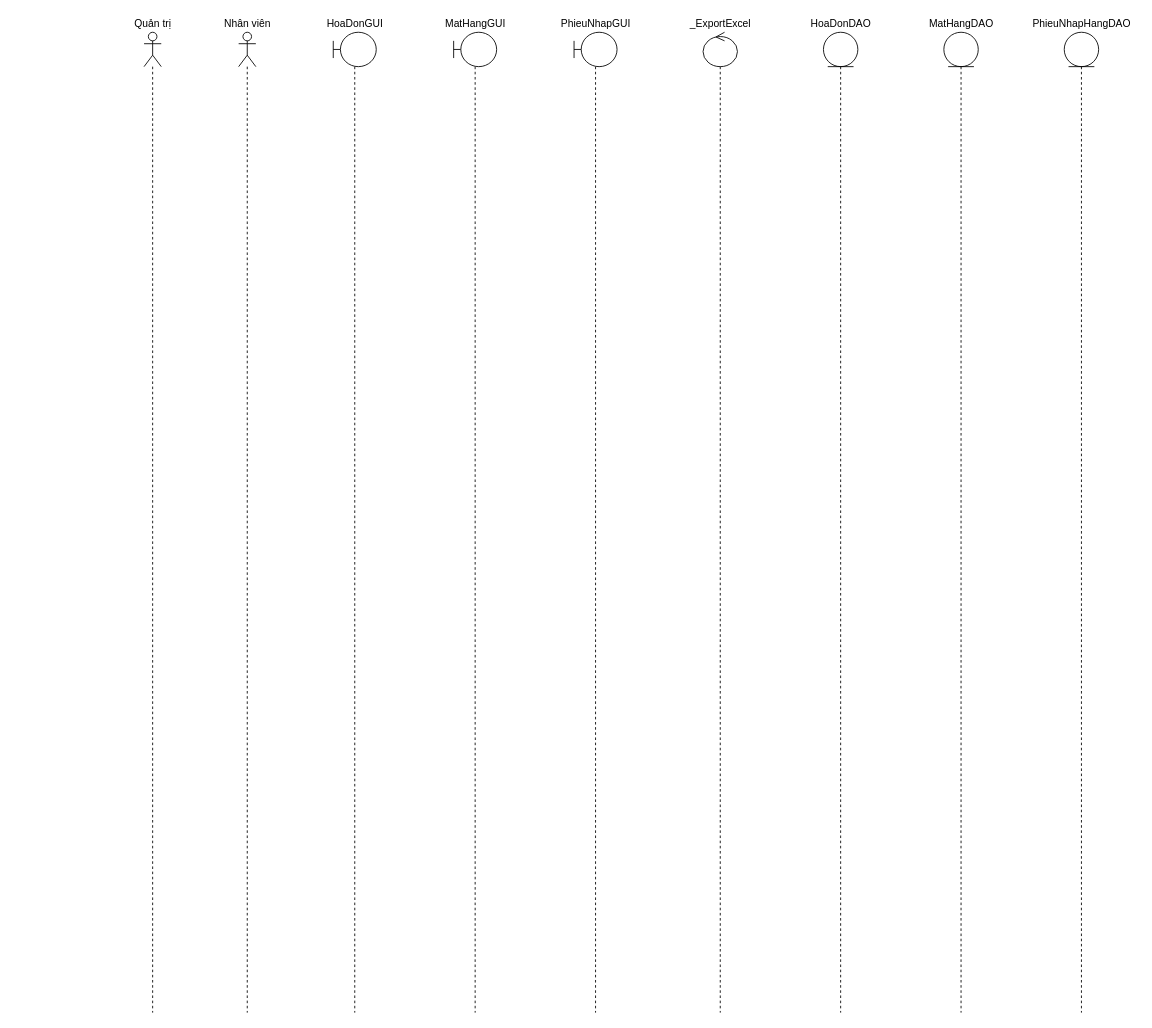
The draw.io diagram Sequence Diagrams/Thái Hùng/SD_XuấtDữLiêuRaExcel.drawio in EdgarIgnite16/OOAD-Project, before the edit. Source tidied: cells renumbered, new cells numbered last; positions are measured from the earlier drawing's top-left corner, leaving out a move shared by most shapes. Both pictures are drawn from the tidied source at 86%, with x=0, y=0 at pixel (126, 15).
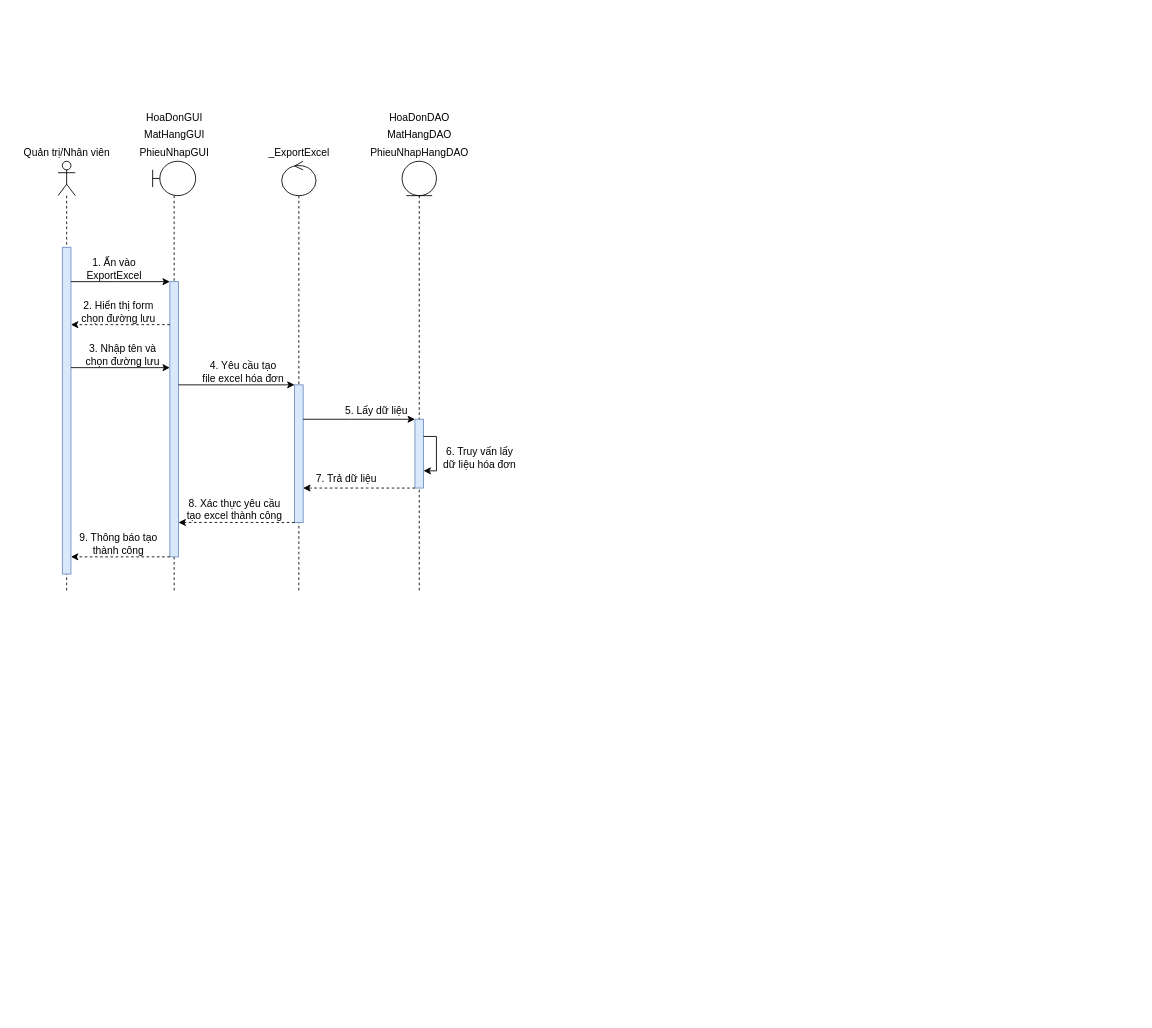
After the change.

The edit, as a diff of the source:
```diff
@@
     <mxCell id="2" style="shape=umlLifeline;participant=umlActor;perimeter=lifelinePerimeter;whiteSpace=wrap;html=1;verticalAlign=top;spacingTop=36;" parent="1" vertex="1">
-      <mxGeometry x="130" y="20" width="20" height="1140" as="geometry" />
+      <mxGeometry x="-80" y="170" width="20" height="500" as="geometry" />
     </mxCell>
+    <mxCell id="20" style="html=1;points=[];perimeter=orthogonalPerimeter;fillColor=#dae8fc;strokeColor=#6c8ebf;" parent="2" vertex="1">
+      <mxGeometry x="5" y="100" width="10" height="380" as="geometry" />
+    </mxCell>
     <mxCell id="3" style="shape=umlLifeline;participant=umlBoundary;perimeter=lifelinePerimeter;whiteSpace=wrap;html=1;verticalAlign=top;spacingTop=36;" parent="1" vertex="1">
-      <mxGeometry x="240" y="20" width="50" height="1140" as="geometry" />
+      <mxGeometry x="30" y="170" width="50" height="500" as="geometry" />
     </mxCell>
-    <mxCell id="4" style="shape=umlLifeline;participant=umlBoundary;perimeter=lifelinePerimeter;whiteSpace=wrap;html=1;verticalAlign=top;spacingTop=36;" parent="1" vertex="1">
-      <mxGeometry x="380" y="20" width="50" height="1140" as="geometry" />
-    </mxCell>
-    <mxCell id="5" style="shape=umlLifeline;participant=umlBoundary;perimeter=lifelinePerimeter;whiteSpace=wrap;html=1;verticalAlign=top;spacingTop=36;" parent="1" vertex="1">
-      <mxGeometry x="520" y="20" width="50" height="1140" as="geometry" />
-    </mxCell>
+    <mxCell id="21" style="html=1;points=[];perimeter=orthogonalPerimeter;fillColor=#dae8fc;strokeColor=#6c8ebf;" parent="3" vertex="1">
+      <mxGeometry x="20" y="140" width="10" height="320" as="geometry" />
+    </mxCell>
     <mxCell id="6" style="shape=umlLifeline;participant=umlEntity;perimeter=lifelinePerimeter;whiteSpace=wrap;html=1;verticalAlign=top;spacingTop=36;" parent="1" vertex="1">
-      <mxGeometry x="810" y="20" width="40" height="1140" as="geometry" />
+      <mxGeometry x="320" y="170" width="40" height="500" as="geometry" />
     </mxCell>
+    <mxCell id="22" style="html=1;points=[];perimeter=orthogonalPerimeter;fillColor=#dae8fc;strokeColor=#6c8ebf;" parent="6" vertex="1">
+      <mxGeometry x="15" y="300" width="10" height="80" as="geometry" />
+    </mxCell>
+    <mxCell id="23" style="edgeStyle=orthogonalEdgeStyle;rounded=0;orthogonalLoop=1;jettySize=auto;html=1;" parent="6" edge="1" source="22" target="22">
+      <mxGeometry relative="1" as="geometry">
+        <Array as="points">
+          <mxPoint x="40" y="320" />
+        </Array>
+      </mxGeometry>
+    </mxCell>
     <mxCell id="7" style="shape=umlLifeline;participant=umlControl;perimeter=lifelinePerimeter;whiteSpace=wrap;html=1;verticalAlign=top;spacingTop=36;" parent="1" vertex="1">
-      <mxGeometry x="670" y="20" width="40" height="1140" as="geometry" />
+      <mxGeometry x="180" y="170" width="40" height="500" as="geometry" />
     </mxCell>
-    <mxCell id="8" style="shape=umlLifeline;participant=umlEntity;perimeter=lifelinePerimeter;whiteSpace=wrap;html=1;verticalAlign=top;spacingTop=36;" parent="1" vertex="1">
-      <mxGeometry x="950" y="20" width="40" height="1140" as="geometry" />
-    </mxCell>
-    <mxCell id="9" style="shape=umlLifeline;participant=umlEntity;perimeter=lifelinePerimeter;whiteSpace=wrap;html=1;verticalAlign=top;spacingTop=36;" parent="1" vertex="1">
-      <mxGeometry x="1090" y="20" width="40" height="1140" as="geometry" />
-    </mxCell>
+    <mxCell id="24" style="html=1;points=[];perimeter=orthogonalPerimeter;fillColor=#dae8fc;strokeColor=#6c8ebf;" parent="7" vertex="1">
+      <mxGeometry x="15" y="260" width="10" height="160" as="geometry" />
+    </mxCell>
-    <mxCell id="10" value="Nhân viên" style="text;html=1;align=center;verticalAlign=middle;strokeColor=none;fillColor=none;" parent="1" vertex="1">
-      <mxGeometry x="105" width="70" height="20" as="geometry" />
+    <mxCell id="10" value="Quản trị/Nhân viên" style="text;html=1;align=center;verticalAlign=middle;strokeColor=none;fillColor=none;" parent="1" vertex="1">
+      <mxGeometry x="-130" y="150" width="120" height="20" as="geometry" />
     </mxCell>
-    <mxCell id="11" style="shape=umlLifeline;participant=umlActor;perimeter=lifelinePerimeter;whiteSpace=wrap;html=1;verticalAlign=top;spacingTop=36;" parent="1" vertex="1">
-      <mxGeometry x="20" y="20" width="20" height="1140" as="geometry" />
-    </mxCell>
-    <mxCell id="12" value="Quản trị" style="text;html=1;align=center;verticalAlign=middle;strokeColor=none;fillColor=none;" parent="1" vertex="1">
-      <mxGeometry width="60" height="20" as="geometry" />
-    </mxCell>
     <mxCell id="13" value="HoaDonGUI" style="text;html=1;align=center;verticalAlign=middle;strokeColor=none;fillColor=none;" parent="1" vertex="1">
-      <mxGeometry x="225" width="80" height="20" as="geometry" />
+      <mxGeometry x="15" y="110" width="80" height="20" as="geometry" />
     </mxCell>
     <mxCell id="14" value="MatHangGUI" style="text;html=1;align=center;verticalAlign=middle;strokeColor=none;fillColor=none;" parent="1" vertex="1">
-      <mxGeometry x="360" width="90" height="20" as="geometry" />
+      <mxGeometry x="10" y="130" width="90" height="20" as="geometry" />
     </mxCell>
     <mxCell id="15" value="PhieuNhapGUI" style="text;html=1;align=center;verticalAlign=middle;strokeColor=none;fillColor=none;" parent="1" vertex="1">
-      <mxGeometry x="495" width="100" height="20" as="geometry" />
+      <mxGeometry x="5" y="150" width="100" height="20" as="geometry" />
     </mxCell>
     <mxCell id="16" value="_ExportExcel" style="text;html=1;align=center;verticalAlign=middle;strokeColor=none;fillColor=none;" parent="1" vertex="1">
-      <mxGeometry x="645" width="90" height="20" as="geometry" />
+      <mxGeometry x="155" y="150" width="90" height="20" as="geometry" />
     </mxCell>
     <mxCell id="17" value="HoaDonDAO" style="text;html=1;align=center;verticalAlign=middle;strokeColor=none;fillColor=none;" parent="1" vertex="1">
-      <mxGeometry x="785" width="90" height="20" as="geometry" />
+      <mxGeometry x="295" y="110" width="90" height="20" as="geometry" />
     </mxCell>
     <mxCell id="18" value="MatHangDAO" style="text;html=1;align=center;verticalAlign=middle;strokeColor=none;fillColor=none;" parent="1" vertex="1">
-      <mxGeometry x="925" width="90" height="20" as="geometry" />
+      <mxGeometry x="295" y="130" width="90" height="20" as="geometry" />
     </mxCell>
     <mxCell id="19" value="PhieuNhapHangDAO" style="text;html=1;align=center;verticalAlign=middle;strokeColor=none;fillColor=none;" parent="1" vertex="1">
-      <mxGeometry x="1045" width="130" height="20" as="geometry" />
+      <mxGeometry x="275" y="150" width="130" height="20" as="geometry" />
     </mxCell>
+    <mxCell id="25" style="edgeStyle=orthogonalEdgeStyle;rounded=0;jettySize=auto;html=1;" parent="1" edge="1" source="20" target="21">
+      <mxGeometry relative="1" as="geometry">
+        <Array as="points">
+          <mxPoint x="-10" y="310" />
+          <mxPoint x="-10" y="310" />
+        </Array>
+      </mxGeometry>
+    </mxCell>
+    <mxCell id="26" value="1. Ấn vào &lt;br&gt;ExportExcel" style="text;html=1;align=center;verticalAlign=middle;strokeColor=none;fillColor=none;" parent="1" vertex="1">
+      <mxGeometry x="-55" y="280" width="80" height="30" as="geometry" />
+    </mxCell>
+    <mxCell id="27" style="edgeStyle=orthogonalEdgeStyle;rounded=0;jettySize=auto;html=1;" parent="1" edge="1" source="21" target="24">
+      <mxGeometry relative="1" as="geometry">
+        <Array as="points">
+          <mxPoint x="130" y="430" />
+          <mxPoint x="130" y="430" />
+        </Array>
+      </mxGeometry>
+    </mxCell>
+    <mxCell id="28" value="4. Yêu cầu tạo&lt;br&gt;file excel hóa đơn" style="text;html=1;align=center;verticalAlign=middle;strokeColor=none;fillColor=none;" parent="1" vertex="1">
+      <mxGeometry x="80" y="400" width="110" height="30" as="geometry" />
+    </mxCell>
+    <mxCell id="29" value="6. Truy vấn lấy&lt;br&gt;dữ liệu hóa đơn" style="text;html=1;align=center;verticalAlign=middle;strokeColor=none;fillColor=none;" parent="1" vertex="1">
+      <mxGeometry x="360" y="500" width="100" height="30" as="geometry" />
+    </mxCell>
+    <mxCell id="30" style="edgeStyle=orthogonalEdgeStyle;rounded=0;jettySize=auto;html=1;" parent="1" edge="1" source="24" target="22">
+      <mxGeometry relative="1" as="geometry">
+        <Array as="points">
+          <mxPoint x="260" y="470" />
+          <mxPoint x="260" y="470" />
+        </Array>
+      </mxGeometry>
+    </mxCell>
+    <mxCell id="31" value="5. Lấy dữ liệu" style="text;html=1;align=center;verticalAlign=middle;strokeColor=none;fillColor=none;" parent="1" vertex="1">
+      <mxGeometry x="245" y="450" width="90" height="20" as="geometry" />
+    </mxCell>
+    <mxCell id="32" style="edgeStyle=orthogonalEdgeStyle;rounded=0;jettySize=auto;html=1;dashed=1;" parent="1" edge="1" source="22" target="24">
+      <mxGeometry relative="1" as="geometry">
+        <Array as="points">
+          <mxPoint x="280" y="550" />
+          <mxPoint x="280" y="550" />
+        </Array>
+      </mxGeometry>
+    </mxCell>
+    <mxCell id="33" value="7. Trả dữ liệu" style="text;html=1;align=center;verticalAlign=middle;strokeColor=none;fillColor=none;" parent="1" vertex="1">
+      <mxGeometry x="210" y="530" width="90" height="20" as="geometry" />
+    </mxCell>
+    <mxCell id="34" style="edgeStyle=orthogonalEdgeStyle;rounded=0;jettySize=auto;html=1;dashed=1;" parent="1" edge="1" source="24" target="21">
+      <mxGeometry relative="1" as="geometry">
+        <Array as="points">
+          <mxPoint x="140" y="590" />
+          <mxPoint x="140" y="590" />
+        </Array>
+      </mxGeometry>
+    </mxCell>
+    <mxCell id="35" style="edgeStyle=orthogonalEdgeStyle;rounded=0;jettySize=auto;html=1;dashed=1;" parent="1" edge="1" source="21" target="20">
+      <mxGeometry relative="1" as="geometry">
+        <Array as="points">
+          <mxPoint y="360" />
+          <mxPoint y="360" />
+        </Array>
+      </mxGeometry>
+    </mxCell>
+    <mxCell id="36" value="2. Hiển thị form&lt;br&gt;chọn đường lưu" style="text;html=1;align=center;verticalAlign=middle;strokeColor=none;fillColor=none;" parent="1" vertex="1">
+      <mxGeometry x="-60" y="330" width="100" height="30" as="geometry" />
+    </mxCell>
+    <mxCell id="37" style="edgeStyle=orthogonalEdgeStyle;rounded=0;jettySize=auto;html=1;" parent="1" edge="1" source="20" target="21">
+      <mxGeometry relative="1" as="geometry">
+        <Array as="points">
+          <mxPoint y="410" />
+          <mxPoint y="410" />
+        </Array>
+      </mxGeometry>
+    </mxCell>
+    <mxCell id="38" value="3. Nhập tên và&lt;br&gt;chọn đường lưu" style="text;html=1;align=center;verticalAlign=middle;strokeColor=none;fillColor=none;" parent="1" vertex="1">
+      <mxGeometry x="-55" y="380" width="100" height="30" as="geometry" />
+    </mxCell>
+    <mxCell id="39" value="8. Xác thực yêu cầu&lt;br&gt;tạo excel thành công" style="text;html=1;align=center;verticalAlign=middle;strokeColor=none;fillColor=none;" parent="1" vertex="1">
+      <mxGeometry x="60" y="560" width="130" height="30" as="geometry" />
+    </mxCell>
+    <mxCell id="40" style="edgeStyle=orthogonalEdgeStyle;rounded=0;jettySize=auto;html=1;dashed=1;" parent="1" edge="1" source="21" target="20">
+      <mxGeometry relative="1" as="geometry">
+        <Array as="points">
+          <mxPoint x="20" y="630" />
+          <mxPoint x="20" y="630" />
+        </Array>
+      </mxGeometry>
+    </mxCell>
+    <mxCell id="41" value="9. Thông báo tạo &lt;br&gt;thành công" style="text;html=1;align=center;verticalAlign=middle;strokeColor=none;fillColor=none;" parent="1" vertex="1">
+      <mxGeometry x="-65" y="600" width="110" height="30" as="geometry" />
+    </mxCell>
```
